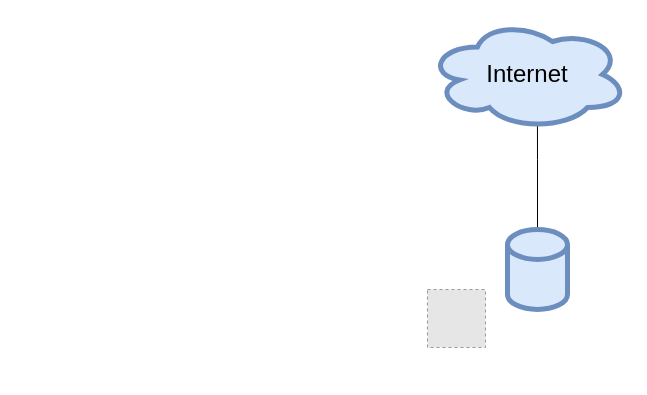
Before: Gelos_HeadOfficeNetwork.drawio in TechWiz-3/Network-Diagrams, a draw.io diagram. Source tidied: cells renumbered, new cells numbered last; positions are measured from the earlier drawing's top-left corner, leaving out a move shared by most shapes. Both pictures are drawn from the tidied source at 100%, with x=0, y=0 at pixel (427, 19). Pictures stored in the file or linked from it are replaced by grey dashed boxes.
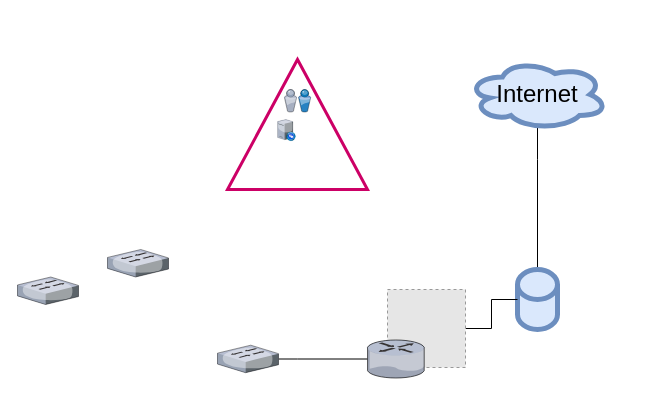
Above is the later version.

Diff of the diagram source:
```diff
@@
 <mxGraphModel>
   <root>
     <mxCell id="0" />
     <mxCell id="1" parent="0" />
     <mxCell id="2" style="edgeStyle=orthogonalEdgeStyle;rounded=0;jettySize=auto;html=1;fontSize=24;endArrow=none;endFill=0;entryX=0.549;entryY=0.127;entryDx=0;entryDy=0;entryPerimeter=0;" parent="1" edge="1" source="4" target="3">
       <mxGeometry relative="1" as="geometry">
         <Array as="points">
           <mxPoint x="110" y="140" />
           <mxPoint x="110" y="140" />
         </Array>
       </mxGeometry>
     </mxCell>
     <mxCell id="3" value="&lt;font style=&quot;font-size: 24px&quot;&gt;Internet&lt;/font&gt;" style="ellipse;shape=cloud;whiteSpace=wrap;html=1;fillColor=#dae8fc;strokeColor=#6c8ebf;strokeWidth=5;" parent="1" vertex="1">
-      <mxGeometry width="200" height="110" as="geometry" />
+      <mxGeometry x="40" y="40" width="140" height="70" as="geometry" />
     </mxCell>
     <mxCell id="4" style="shape=cylinder3;whiteSpace=wrap;html=1;boundedLbl=1;backgroundOutline=1;size=15;fontSize=24;strokeWidth=5;fillColor=#dae8fc;strokeColor=#6c8ebf;" parent="1" vertex="1">
-      <mxGeometry x="80" y="210" width="60" height="80" as="geometry" />
+      <mxGeometry x="90" y="250" width="40" height="60" as="geometry" />
     </mxCell>
+    <mxCell id="6" style="edgeStyle=orthogonalEdgeStyle;rounded=0;jettySize=auto;html=1;fontSize=24;endArrow=none;endFill=0;" parent="1" edge="1" source="5" target="4">
+      <mxGeometry relative="1" as="geometry" />
+    </mxCell>
     <mxCell id="5" style="fillColor=#E6E6E6;strokeColor=#999999;dashed=1;html=1;verticalAlign=top;verticalLabelPosition=bottom;labelBackgroundColor=#ffffff;fontSize=24;" parent="1" vertex="1">
-      <mxGeometry y="270" width="58" height="58" as="geometry" />
+      <mxGeometry x="-40" y="270" width="78" height="78" as="geometry" />
     </mxCell>
+    <mxCell id="7" style="edgeStyle=orthogonalEdgeStyle;rounded=0;jettySize=auto;html=1;fontSize=24;endArrow=none;endFill=0;" parent="1" edge="1" source="8" target="9">
+      <mxGeometry relative="1" as="geometry">
+        <Array as="points">
+          <mxPoint x="-130" y="340" />
+          <mxPoint x="-130" y="340" />
+        </Array>
+      </mxGeometry>
+    </mxCell>
+    <mxCell id="8" style="verticalLabelPosition=bottom;sketch=0;html=1;verticalAlign=top;strokeColor=none;align=center;outlineConnect=0;shape=mxgraph.citrix.router;fontSize=24;" parent="1" vertex="1">
+      <mxGeometry x="-60" y="320.5" width="57.3" height="38" as="geometry" />
+    </mxCell>
+    <mxCell id="9" style="verticalLabelPosition=bottom;sketch=0;html=1;verticalAlign=top;strokeColor=none;align=center;outlineConnect=0;shape=mxgraph.citrix.switch;fontSize=24;" parent="1" vertex="1">
+      <mxGeometry x="-210" y="325.7" width="61" height="27.5" as="geometry" />
+    </mxCell>
+    <mxCell id="10" style="verticalLabelPosition=bottom;sketch=0;html=1;verticalAlign=top;strokeColor=none;align=center;shape=mxgraph.citrix.switch;fontSize=24;" parent="1" vertex="1">
+      <mxGeometry x="-320" y="230" width="61" height="27.5" as="geometry" />
+    </mxCell>
+    <mxCell id="11" style="verticalLabelPosition=bottom;sketch=0;html=1;verticalAlign=top;strokeColor=none;align=center;shape=mxgraph.citrix.switch;fontSize=24;" parent="1" vertex="1">
+      <mxGeometry x="-410" y="257.5" width="61" height="27.5" as="geometry" />
+    </mxCell>
+    <mxCell id="12" style="triangle;whiteSpace=wrap;html=1;fontSize=24;strokeWidth=3;direction=north;fillColor=none;strokeColor=#CC0066;" parent="1" vertex="1">
+      <mxGeometry x="-200" y="40" width="140" height="130" as="geometry" />
+    </mxCell>
+    <mxCell id="13" style="verticalLabelPosition=bottom;sketch=0;html=1;verticalAlign=top;strokeColor=none;align=center;shape=mxgraph.citrix.users;fontSize=24;fillColor=none;" parent="1" vertex="1">
+      <mxGeometry x="-143.2" y="70" width="26.4" height="22.5" as="geometry" />
+    </mxCell>
+    <mxCell id="14" style="verticalLabelPosition=bottom;sketch=0;html=1;verticalAlign=top;strokeColor=none;align=center;shape=mxgraph.citrix.xenapp_web;fontSize=24;fillColor=none;" parent="1" vertex="1">
+      <mxGeometry x="-150" y="100" width="18" height="21.3" as="geometry" />
+    </mxCell>
   </root>
 </mxGraphModel>
```
